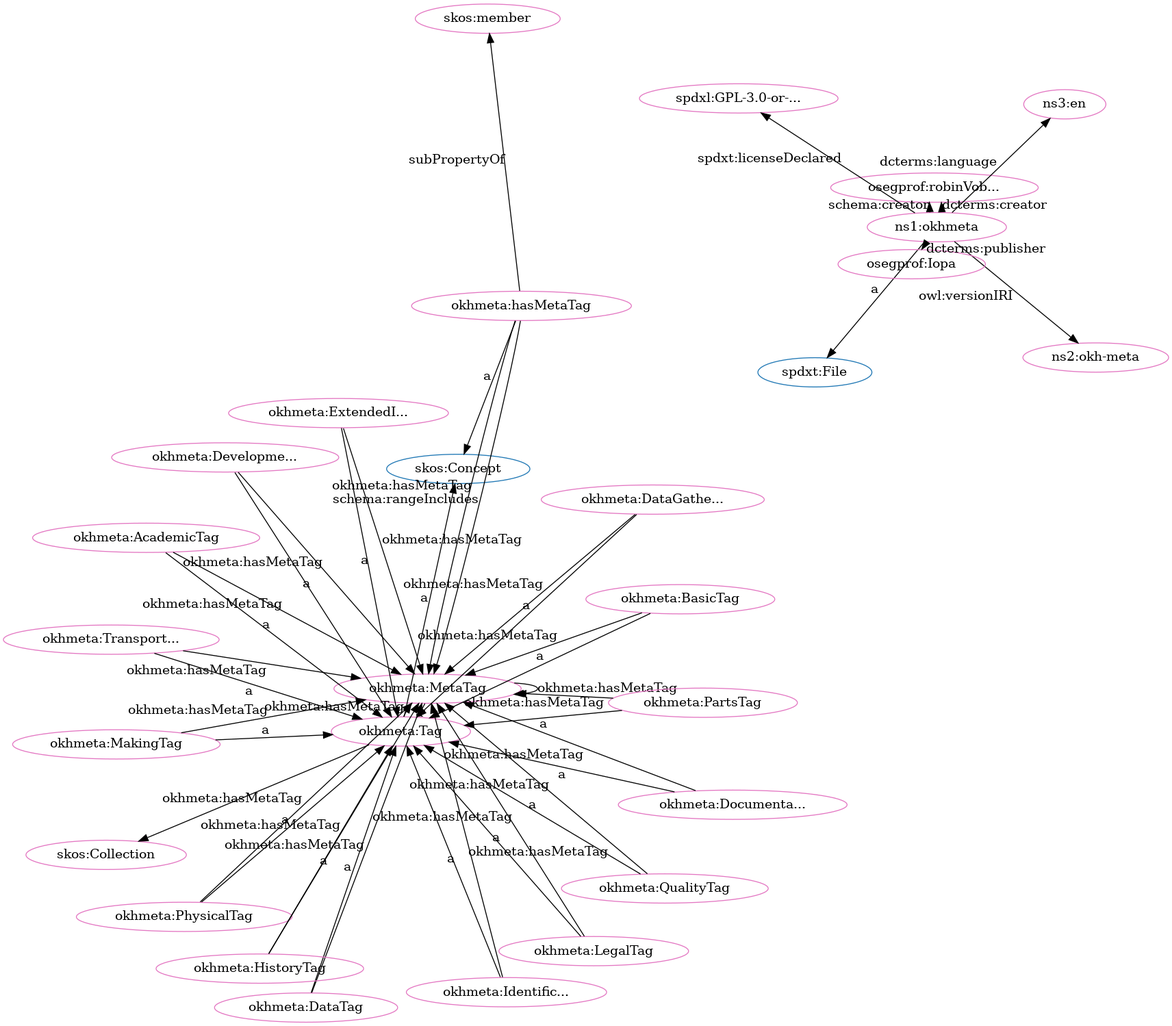
iop-alliance/OpenKnowHow keeps this Graphviz diagram as src/spec/fdp_okh-meta-clean.png. Above is the earlier version. Its source is kept beside it as src/spec/fdp_okh-meta-clean.dot.
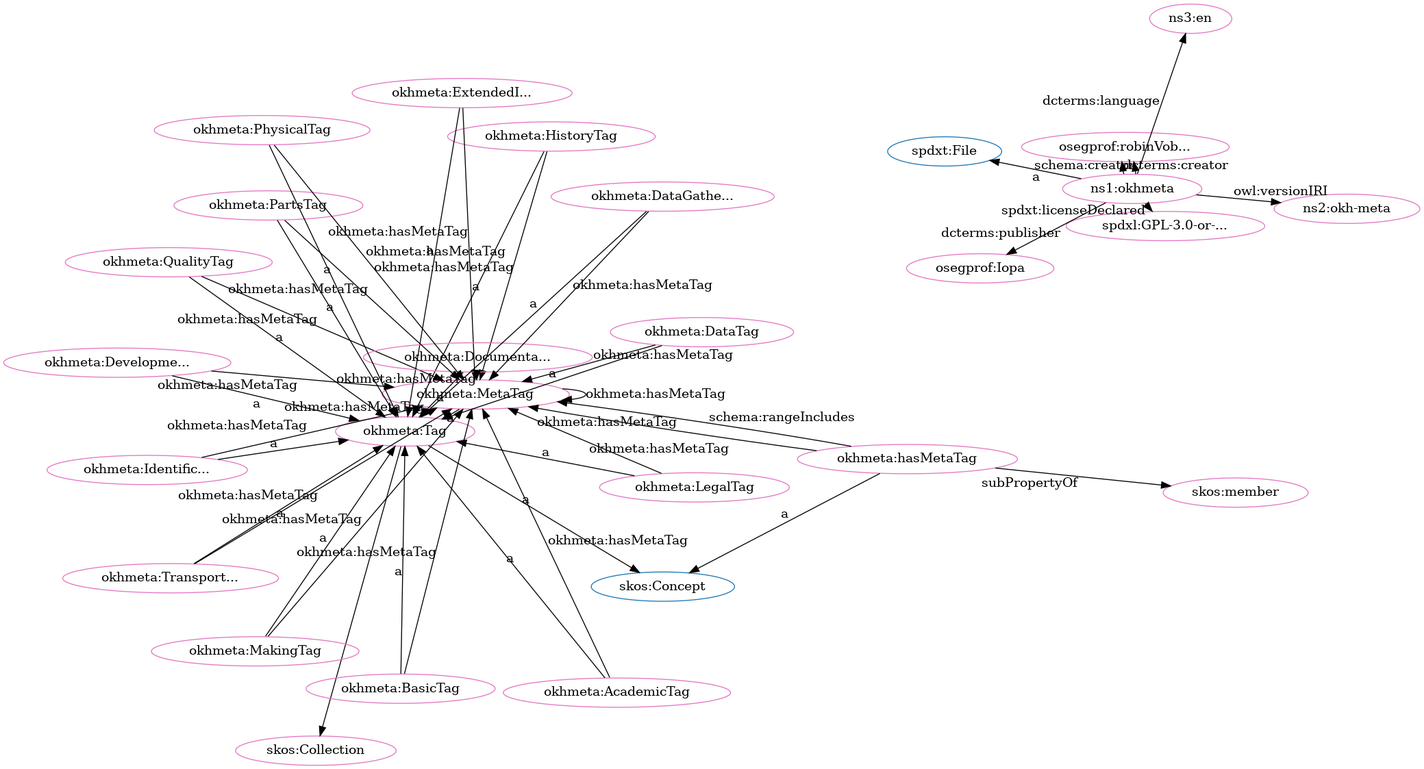
Above is the later version.

Change to the diagram source:
```diff
@@ -1,81 +1,81 @@
 digraph G {
   rankdir=BT
   node[height=.3]
+"http://www.w3.org/2004/02/skos/core#Collection" [fillcolor="#1f77b4" color="#1f77b4" label="skos:Collection"]
+"http://www.w3.org/2004/02/skos/core#Concept" [fillcolor="#1f77b4" color="#1f77b4" label="skos:Concept"]
+"https://w3id.org/oseg/ont/okhmeta#MetaTag" [fillcolor="#1f77b4" color="#1f77b4" label="okhmeta:MetaTag"]
+"https://w3id.org/oseg/ont/okhmeta#Tag" [fillcolor="#1f77b4" color="#1f77b4" label="okhmeta:Tag"]
 "http://spdx.org/rdf/terms#File" [fillcolor="#1f77b4" color="#1f77b4" label="spdxt:File"]
-"https://w3id.org/oseg/ont/okhmeta#MetaTag" [fillcolor="#1f77b4" color="#1f77b4" label="okhmeta:MetaTag"]
-"http://www.w3.org/2004/02/skos/core#Concept" [fillcolor="#1f77b4" color="#1f77b4" label="skos:Concept"]
-"http://www.w3.org/2004/02/skos/core#Collection" [fillcolor="#1f77b4" color="#1f77b4" label="skos:Collection"]
-"https://w3id.org/oseg/ont/okhmeta#Tag" [fillcolor="#1f77b4" color="#1f77b4" label="okhmeta:Tag"]
 "https://w3id.org/oseg/ont/okhmeta#MetaTag" [fillcolor="#e377c2" color="#e377c2" label="okhmeta:MetaTag"]
-"https://w3id.org/oseg/ont/okhmeta#hasMetaTag" [fillcolor="#e377c2" color="#e377c2" label="okhmeta:hasMetaTag"]
-"https://w3id.org/oseg/ont/okhmeta#ExtendedInfoTag" [fillcolor="#e377c2" color="#e377c2" label="okhmeta:ExtendedI..."]
-"https://w3id.org/oseg/ont/okhmeta" [fillcolor="#e377c2" color="#e377c2" label="ns1:okhmeta"]
-"https://w3id.org/oseg/ont/okhmeta#PhysicalTag" [fillcolor="#e377c2" color="#e377c2" label="okhmeta:PhysicalTag"]
-"https://w3id.org/oseg/ont/1.1.0/okh-meta" [fillcolor="#e377c2" color="#e377c2" label="ns2:okh-meta"]
-"https://w3id.org/oseg/ont/oseg-profiles#robinVobruba" [fillcolor="#e377c2" color="#e377c2" label="osegprof:robinVob..."]
-"http://id.loc.gov/vocabulary/iso639-1/en" [fillcolor="#e377c2" color="#e377c2" label="ns3:en"]
-"https://w3id.org/oseg/ont/okhmeta#DocumentationTag" [fillcolor="#e377c2" color="#e377c2" label="okhmeta:Documenta..."]
-"https://w3id.org/oseg/ont/okhmeta#DataTag" [fillcolor="#e377c2" color="#e377c2" label="okhmeta:DataTag"]
+"https://w3id.org/oseg/ont/okhmeta#QualityTag" [fillcolor="#e377c2" color="#e377c2" label="okhmeta:QualityTag"]
+"http://www.w3.org/2004/02/skos/core#Collection" [fillcolor="#e377c2" color="#e377c2" label="skos:Collection"]
+"https://w3id.org/oseg/ont/okhmeta#BasicTag" [fillcolor="#e377c2" color="#e377c2" label="okhmeta:BasicTag"]
 "https://w3id.org/oseg/ont/okhmeta#LegalTag" [fillcolor="#e377c2" color="#e377c2" label="okhmeta:LegalTag"]
 "https://w3id.org/oseg/ont/okhmeta#HistoryTag" [fillcolor="#e377c2" color="#e377c2" label="okhmeta:HistoryTag"]
+"https://spdx.org/licenses/GPL-3.0-or-later" [fillcolor="#e377c2" color="#e377c2" label="spdxl:GPL-3.0-or-..."]
+"https://w3id.org/oseg/ont/okhmeta" [fillcolor="#e377c2" color="#e377c2" label="ns1:okhmeta"]
+"https://w3id.org/oseg/ont/okhmeta#AcademicTag" [fillcolor="#e377c2" color="#e377c2" label="okhmeta:AcademicTag"]
 "https://w3id.org/oseg/ont/okhmeta#MakingTag" [fillcolor="#e377c2" color="#e377c2" label="okhmeta:MakingTag"]
+"https://w3id.org/oseg/ont/okhmeta#TransportationTag" [fillcolor="#e377c2" color="#e377c2" label="okhmeta:Transport..."]
+"https://w3id.org/oseg/ont/okhmeta#ExtendedInfoTag" [fillcolor="#e377c2" color="#e377c2" label="okhmeta:ExtendedI..."]
+"https://w3id.org/oseg/ont/oseg-profiles#robinVobruba" [fillcolor="#e377c2" color="#e377c2" label="osegprof:robinVob..."]
+"http://www.w3.org/2004/02/skos/core#member" [fillcolor="#e377c2" color="#e377c2" label="skos:member"]
+"https://w3id.org/oseg/ont/1.1.0/okh-meta" [fillcolor="#e377c2" color="#e377c2" label="ns2:okh-meta"]
+"https://w3id.org/oseg/ont/okhmeta#DataTag" [fillcolor="#e377c2" color="#e377c2" label="okhmeta:DataTag"]
+"https://w3id.org/oseg/ont/okhmeta#DocumentationTag" [fillcolor="#e377c2" color="#e377c2" label="okhmeta:Documenta..."]
+"http://id.loc.gov/vocabulary/iso639-1/en" [fillcolor="#e377c2" color="#e377c2" label="ns3:en"]
+"https://w3id.org/oseg/ont/okhmeta#DataGatheringTag" [fillcolor="#e377c2" color="#e377c2" label="okhmeta:DataGathe..."]
+"https://w3id.org/oseg/ont/okhmeta#hasMetaTag" [fillcolor="#e377c2" color="#e377c2" label="okhmeta:hasMetaTag"]
+"https://w3id.org/oseg/ont/oseg-profiles#Iopa" [fillcolor="#e377c2" color="#e377c2" label="osegprof:Iopa"]
+"https://w3id.org/oseg/ont/okhmeta#PartsTag" [fillcolor="#e377c2" color="#e377c2" label="okhmeta:PartsTag"]
+"https://w3id.org/oseg/ont/okhmeta#DevelopmentTag" [fillcolor="#e377c2" color="#e377c2" label="okhmeta:Developme..."]
+"https://w3id.org/oseg/ont/okhmeta#PhysicalTag" [fillcolor="#e377c2" color="#e377c2" label="okhmeta:PhysicalTag"]
+"https://w3id.org/oseg/ont/okhmeta#Tag" [fillcolor="#e377c2" color="#e377c2" label="okhmeta:Tag"]
 "https://w3id.org/oseg/ont/okhmeta#IdentificationTag" [fillcolor="#e377c2" color="#e377c2" label="okhmeta:Identific..."]
-"https://spdx.org/licenses/GPL-3.0-or-later" [fillcolor="#e377c2" color="#e377c2" label="spdxl:GPL-3.0-or-..."]
-"https://w3id.org/oseg/ont/okhmeta#TransportationTag" [fillcolor="#e377c2" color="#e377c2" label="okhmeta:Transport..."]
-"https://w3id.org/oseg/ont/okhmeta#DevelopmentTag" [fillcolor="#e377c2" color="#e377c2" label="okhmeta:Developme..."]
-"https://w3id.org/oseg/ont/okhmeta#QualityTag" [fillcolor="#e377c2" color="#e377c2" label="okhmeta:QualityTag"]
-"https://w3id.org/oseg/ont/okhmeta#PartsTag" [fillcolor="#e377c2" color="#e377c2" label="okhmeta:PartsTag"]
-"https://w3id.org/oseg/ont/okhmeta#Tag" [fillcolor="#e377c2" color="#e377c2" label="okhmeta:Tag"]
-"http://www.w3.org/2004/02/skos/core#member" [fillcolor="#e377c2" color="#e377c2" label="skos:member"]
-"http://www.w3.org/2004/02/skos/core#Collection" [fillcolor="#e377c2" color="#e377c2" label="skos:Collection"]
-"https://w3id.org/oseg/ont/okhmeta#AcademicTag" [fillcolor="#e377c2" color="#e377c2" label="okhmeta:AcademicTag"]
-"https://w3id.org/oseg/ont/oseg-profiles#Iopa" [fillcolor="#e377c2" color="#e377c2" label="osegprof:Iopa"]
-"https://w3id.org/oseg/ont/okhmeta#BasicTag" [fillcolor="#e377c2" color="#e377c2" label="okhmeta:BasicTag"]
-"https://w3id.org/oseg/ont/okhmeta#DataGatheringTag" [fillcolor="#e377c2" color="#e377c2" label="okhmeta:DataGathe..."]
-  "https://w3id.org/oseg/ont/okhmeta#hasMetaTag" -> "http://www.w3.org/2004/02/skos/core#Concept" [label="a"]
+  "https://w3id.org/oseg/ont/okhmeta#hasMetaTag" -> "https://w3id.org/oseg/ont/okhmeta#MetaTag" [label="okhmeta:hasMetaTag"]
+  "https://w3id.org/oseg/ont/okhmeta#DocumentationTag" -> "https://w3id.org/oseg/ont/okhmeta#MetaTag" [label="okhmeta:hasMetaTag"]
+  "https://w3id.org/oseg/ont/okhmeta#LegalTag" -> "https://w3id.org/oseg/ont/okhmeta#Tag" [label="a"]
+  "https://w3id.org/oseg/ont/okhmeta#PartsTag" -> "https://w3id.org/oseg/ont/okhmeta#MetaTag" [label="okhmeta:hasMetaTag"]
+  "https://w3id.org/oseg/ont/okhmeta#HistoryTag" -> "https://w3id.org/oseg/ont/okhmeta#Tag" [label="a"]
+  "https://w3id.org/oseg/ont/okhmeta" -> "https://spdx.org/licenses/GPL-3.0-or-later" [label="spdxt:licenseDeclared"]
+  "https://w3id.org/oseg/ont/okhmeta#IdentificationTag" -> "https://w3id.org/oseg/ont/okhmeta#MetaTag" [label="okhmeta:hasMetaTag"]
+  "https://w3id.org/oseg/ont/okhmeta#MakingTag" -> "https://w3id.org/oseg/ont/okhmeta#Tag" [label="a"]
+  "https://w3id.org/oseg/ont/okhmeta#PhysicalTag" -> "https://w3id.org/oseg/ont/okhmeta#MetaTag" [label="okhmeta:hasMetaTag"]
   "https://w3id.org/oseg/ont/okhmeta" -> "http://spdx.org/rdf/terms#File" [label="a"]
+  "https://w3id.org/oseg/ont/okhmeta#Tag" -> "https://w3id.org/oseg/ont/okhmeta#MetaTag" [label="okhmeta:hasMetaTag"]
+  "https://w3id.org/oseg/ont/okhmeta" -> "https://w3id.org/oseg/ont/oseg-profiles#robinVobruba" [label="dcterms:creator"]
+  "https://w3id.org/oseg/ont/okhmeta#hasMetaTag" -> "http://www.w3.org/2004/02/skos/core#member" [label="subPropertyOf"]
+  "https://w3id.org/oseg/ont/okhmeta#LegalTag" -> "https://w3id.org/oseg/ont/okhmeta#MetaTag" [label="okhmeta:hasMetaTag"]
+  "https://w3id.org/oseg/ont/okhmeta" -> "https://w3id.org/oseg/ont/1.1.0/okh-meta" [label="owl:versionIRI"]
+  "https://w3id.org/oseg/ont/okhmeta#DocumentationTag" -> "https://w3id.org/oseg/ont/okhmeta#Tag" [label="a"]
+  "https://w3id.org/oseg/ont/okhmeta#DataGatheringTag" -> "https://w3id.org/oseg/ont/okhmeta#Tag" [label="a"]
+  "https://w3id.org/oseg/ont/okhmeta" -> "https://w3id.org/oseg/ont/oseg-profiles#Iopa" [label="dcterms:publisher"]
+  "https://w3id.org/oseg/ont/okhmeta#TransportationTag" -> "https://w3id.org/oseg/ont/okhmeta#MetaTag" [label="okhmeta:hasMetaTag"]
+  "https://w3id.org/oseg/ont/okhmeta#PartsTag" -> "https://w3id.org/oseg/ont/okhmeta#Tag" [label="a"]
+  "https://w3id.org/oseg/ont/okhmeta#DevelopmentTag" -> "https://w3id.org/oseg/ont/okhmeta#Tag" [label="a"]
+  "https://w3id.org/oseg/ont/okhmeta#PhysicalTag" -> "https://w3id.org/oseg/ont/okhmeta#Tag" [label="a"]
+  "https://w3id.org/oseg/ont/okhmeta#Tag" -> "http://www.w3.org/2004/02/skos/core#Concept" [label="a"]
+  "https://w3id.org/oseg/ont/okhmeta#DataGatheringTag" -> "https://w3id.org/oseg/ont/okhmeta#MetaTag" [label="okhmeta:hasMetaTag"]
+  "https://w3id.org/oseg/ont/okhmeta#DataTag" -> "https://w3id.org/oseg/ont/okhmeta#MetaTag" [label="okhmeta:hasMetaTag"]
+  "https://w3id.org/oseg/ont/okhmeta#QualityTag" -> "https://w3id.org/oseg/ont/okhmeta#Tag" [label="a"]
+  "https://w3id.org/oseg/ont/okhmeta#MetaTag" -> "https://w3id.org/oseg/ont/okhmeta#Tag" [label="a"]
+  "https://w3id.org/oseg/ont/okhmeta#Tag" -> "http://www.w3.org/2004/02/skos/core#Collection" [label=""]
+  "https://w3id.org/oseg/ont/okhmeta#BasicTag" -> "https://w3id.org/oseg/ont/okhmeta#Tag" [label="a"]
+  "https://w3id.org/oseg/ont/okhmeta#hasMetaTag" -> "https://w3id.org/oseg/ont/okhmeta#MetaTag" [label="schema:rangeIncludes"]
+  "https://w3id.org/oseg/ont/okhmeta#DevelopmentTag" -> "https://w3id.org/oseg/ont/okhmeta#MetaTag" [label="okhmeta:hasMetaTag"]
+  "https://w3id.org/oseg/ont/okhmeta#AcademicTag" -> "https://w3id.org/oseg/ont/okhmeta#Tag" [label="a"]
+  "https://w3id.org/oseg/ont/okhmeta#QualityTag" -> "https://w3id.org/oseg/ont/okhmeta#MetaTag" [label="okhmeta:hasMetaTag"]
+  "https://w3id.org/oseg/ont/okhmeta#TransportationTag" -> "https://w3id.org/oseg/ont/okhmeta#Tag" [label="a"]
   "https://w3id.org/oseg/ont/okhmeta#ExtendedInfoTag" -> "https://w3id.org/oseg/ont/okhmeta#MetaTag" [label="okhmeta:hasMetaTag"]
-  "https://w3id.org/oseg/ont/okhmeta#HistoryTag" -> "https://w3id.org/oseg/ont/okhmeta#MetaTag" [label="okhmeta:hasMetaTag"]
-  "https://w3id.org/oseg/ont/okhmeta" -> "http://id.loc.gov/vocabulary/iso639-1/en" [label="dcterms:language"]
-  "https://w3id.org/oseg/ont/okhmeta#DocumentationTag" -> "https://w3id.org/oseg/ont/okhmeta#Tag" [label="a"]
-  "https://w3id.org/oseg/ont/okhmeta#DataTag" -> "https://w3id.org/oseg/ont/okhmeta#Tag" [label="a"]
-  "https://w3id.org/oseg/ont/okhmeta#AcademicTag" -> "https://w3id.org/oseg/ont/okhmeta#MetaTag" [label="okhmeta:hasMetaTag"]
   "https://w3id.org/oseg/ont/okhmeta#BasicTag" -> "https://w3id.org/oseg/ont/okhmeta#MetaTag" [label="okhmeta:hasMetaTag"]
   "https://w3id.org/oseg/ont/okhmeta" -> "https://w3id.org/oseg/ont/oseg-profiles#robinVobruba" [label="schema:creator"]
-  "https://w3id.org/oseg/ont/okhmeta#HistoryTag" -> "https://w3id.org/oseg/ont/okhmeta#Tag" [label="a"]
-  "https://w3id.org/oseg/ont/okhmeta#MakingTag" -> "https://w3id.org/oseg/ont/okhmeta#Tag" [label="a"]
-  "https://w3id.org/oseg/ont/okhmeta#DevelopmentTag" -> "https://w3id.org/oseg/ont/okhmeta#Tag" [label="a"]
+  "https://w3id.org/oseg/ont/okhmeta#DataTag" -> "https://w3id.org/oseg/ont/okhmeta#Tag" [label="a"]
+  "https://w3id.org/oseg/ont/okhmeta#IdentificationTag" -> "https://w3id.org/oseg/ont/okhmeta#Tag" [label="a"]
+  "https://w3id.org/oseg/ont/okhmeta" -> "http://id.loc.gov/vocabulary/iso639-1/en" [label="dcterms:language"]
+  "https://w3id.org/oseg/ont/okhmeta#AcademicTag" -> "https://w3id.org/oseg/ont/okhmeta#MetaTag" [label="okhmeta:hasMetaTag"]
+  "https://w3id.org/oseg/ont/okhmeta#HistoryTag" -> "https://w3id.org/oseg/ont/okhmeta#MetaTag" [label="okhmeta:hasMetaTag"]
   "https://w3id.org/oseg/ont/okhmeta#MakingTag" -> "https://w3id.org/oseg/ont/okhmeta#MetaTag" [label="okhmeta:hasMetaTag"]
-  "https://w3id.org/oseg/ont/okhmeta#PartsTag" -> "https://w3id.org/oseg/ont/okhmeta#Tag" [label="a"]
-  "https://w3id.org/oseg/ont/okhmeta#hasMetaTag" -> "https://w3id.org/oseg/ont/okhmeta#MetaTag" [label="schema:rangeIncludes"]
-  "https://w3id.org/oseg/ont/okhmeta#hasMetaTag" -> "http://www.w3.org/2004/02/skos/core#member" [label="subPropertyOf"]
-  "https://w3id.org/oseg/ont/okhmeta#Tag" -> "http://www.w3.org/2004/02/skos/core#Collection" [label=""]
-  "https://w3id.org/oseg/ont/okhmeta#DevelopmentTag" -> "https://w3id.org/oseg/ont/okhmeta#MetaTag" [label="okhmeta:hasMetaTag"]
-  "https://w3id.org/oseg/ont/okhmeta#PartsTag" -> "https://w3id.org/oseg/ont/okhmeta#MetaTag" [label="okhmeta:hasMetaTag"]
-  "https://w3id.org/oseg/ont/okhmeta" -> "https://w3id.org/oseg/ont/oseg-profiles#Iopa" [label="dcterms:publisher"]
-  "https://w3id.org/oseg/ont/okhmeta#BasicTag" -> "https://w3id.org/oseg/ont/okhmeta#Tag" [label="a"]
-  "https://w3id.org/oseg/ont/okhmeta#DataGatheringTag" -> "https://w3id.org/oseg/ont/okhmeta#Tag" [label="a"]
-  "https://w3id.org/oseg/ont/okhmeta#LegalTag" -> "https://w3id.org/oseg/ont/okhmeta#MetaTag" [label="okhmeta:hasMetaTag"]
-  "https://w3id.org/oseg/ont/okhmeta#DataGatheringTag" -> "https://w3id.org/oseg/ont/okhmeta#MetaTag" [label="okhmeta:hasMetaTag"]
+  "https://w3id.org/oseg/ont/okhmeta#hasMetaTag" -> "http://www.w3.org/2004/02/skos/core#Concept" [label="a"]
+  "https://w3id.org/oseg/ont/okhmeta#MetaTag" -> "https://w3id.org/oseg/ont/okhmeta#MetaTag" [label="okhmeta:hasMetaTag"]
   "https://w3id.org/oseg/ont/okhmeta#ExtendedInfoTag" -> "https://w3id.org/oseg/ont/okhmeta#Tag" [label="a"]
-  "https://w3id.org/oseg/ont/okhmeta#hasMetaTag" -> "https://w3id.org/oseg/ont/okhmeta#MetaTag" [label="okhmeta:hasMetaTag"]
-  "https://w3id.org/oseg/ont/okhmeta#PhysicalTag" -> "https://w3id.org/oseg/ont/okhmeta#Tag" [label="a"]
-  "https://w3id.org/oseg/ont/okhmeta" -> "https://w3id.org/oseg/ont/1.1.0/okh-meta" [label="owl:versionIRI"]
-  "https://w3id.org/oseg/ont/okhmeta" -> "https://w3id.org/oseg/ont/oseg-profiles#robinVobruba" [label="dcterms:creator"]
-  "https://w3id.org/oseg/ont/okhmeta#PhysicalTag" -> "https://w3id.org/oseg/ont/okhmeta#MetaTag" [label="okhmeta:hasMetaTag"]
-  "https://w3id.org/oseg/ont/okhmeta#QualityTag" -> "https://w3id.org/oseg/ont/okhmeta#MetaTag" [label="okhmeta:hasMetaTag"]
-  "https://w3id.org/oseg/ont/okhmeta#MetaTag" -> "https://w3id.org/oseg/ont/okhmeta#Tag" [label="a"]
-  "https://w3id.org/oseg/ont/okhmeta#LegalTag" -> "https://w3id.org/oseg/ont/okhmeta#Tag" [label="a"]
-  "https://w3id.org/oseg/ont/okhmeta#Tag" -> "https://w3id.org/oseg/ont/okhmeta#MetaTag" [label="okhmeta:hasMetaTag"]
-  "https://w3id.org/oseg/ont/okhmeta#IdentificationTag" -> "https://w3id.org/oseg/ont/okhmeta#MetaTag" [label="okhmeta:hasMetaTag"]
-  "https://w3id.org/oseg/ont/okhmeta#IdentificationTag" -> "https://w3id.org/oseg/ont/okhmeta#Tag" [label="a"]
-  "https://w3id.org/oseg/ont/okhmeta" -> "https://spdx.org/licenses/GPL-3.0-or-later" [label="spdxt:licenseDeclared"]
-  "https://w3id.org/oseg/ont/okhmeta#DocumentationTag" -> "https://w3id.org/oseg/ont/okhmeta#MetaTag" [label="okhmeta:hasMetaTag"]
-  "https://w3id.org/oseg/ont/okhmeta#TransportationTag" -> "https://w3id.org/oseg/ont/okhmeta#Tag" [label="a"]
-  "https://w3id.org/oseg/ont/okhmeta#QualityTag" -> "https://w3id.org/oseg/ont/okhmeta#Tag" [label="a"]
-  "https://w3id.org/oseg/ont/okhmeta#Tag" -> "http://www.w3.org/2004/02/skos/core#Concept" [label="a"]
-  "https://w3id.org/oseg/ont/okhmeta#TransportationTag" -> "https://w3id.org/oseg/ont/okhmeta#MetaTag" [label="okhmeta:hasMetaTag"]
-  "https://w3id.org/oseg/ont/okhmeta#DataTag" -> "https://w3id.org/oseg/ont/okhmeta#MetaTag" [label="okhmeta:hasMetaTag"]
-  "https://w3id.org/oseg/ont/okhmeta#AcademicTag" -> "https://w3id.org/oseg/ont/okhmeta#Tag" [label="a"]
-  "https://w3id.org/oseg/ont/okhmeta#MetaTag" -> "https://w3id.org/oseg/ont/okhmeta#MetaTag" [label="okhmeta:hasMetaTag"]
 }
```
